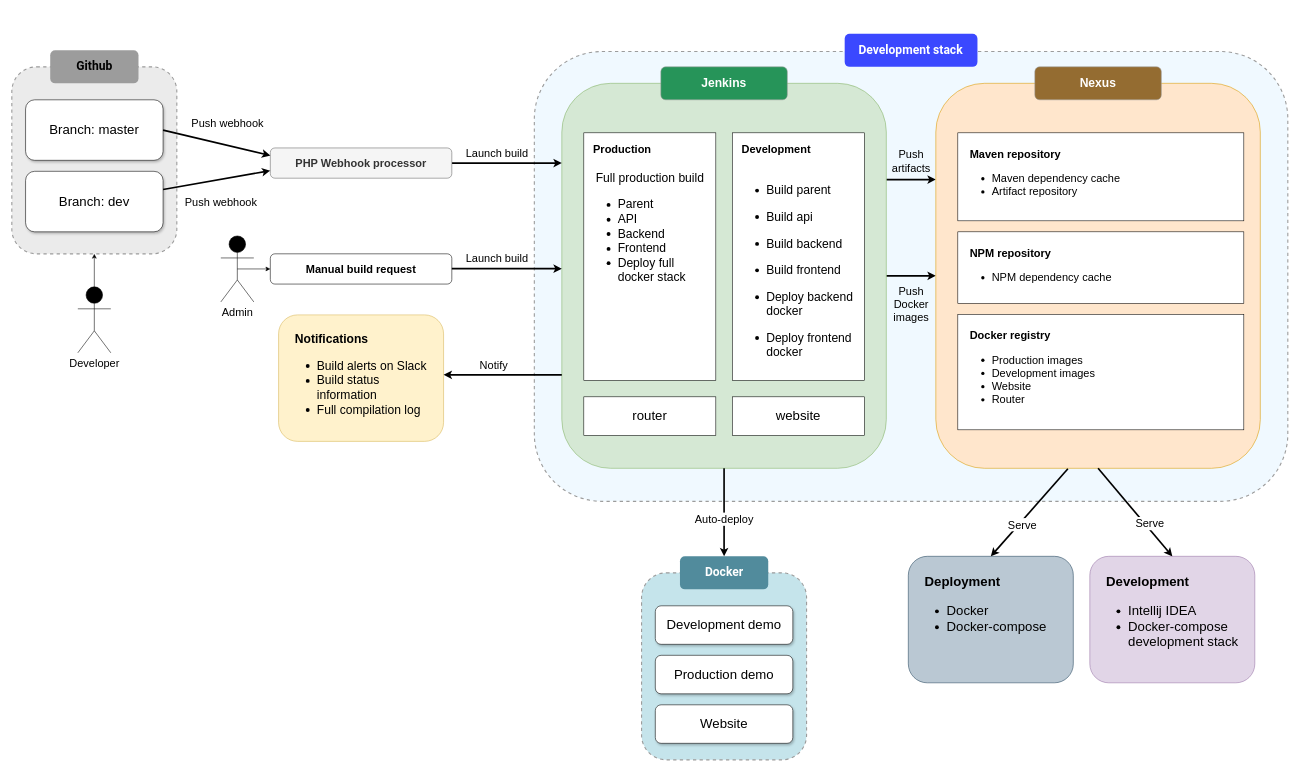
Above: resources/dev-lifecycle.drawio in xkohutka/documentation (draw.io), before the change. Source tidied: cells renumbered, new cells numbered last; positions are measured from the earlier drawing's top-left corner, leaving out a move shared by most shapes. Both pictures are drawn from the tidied source at 55%, with x=0, y=0 at pixel (12, 12).
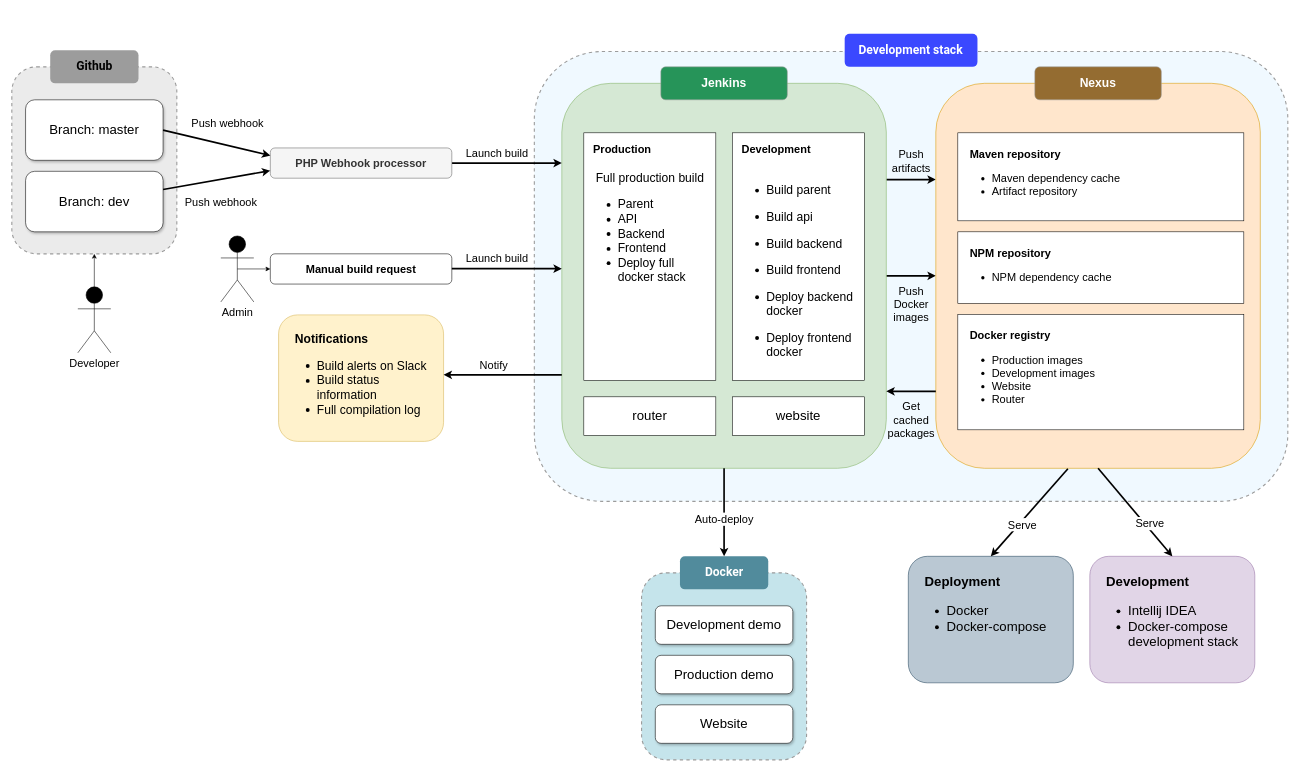
After the change.

The change refers to these unchanged cells:
```xml
<mxCell id="2" style="group;shadow=1;" parent="1" vertex="1">
  <mxGeometry x="950" width="1370" height="890" as="geometry" />
</mxCell>
```

The edit, as a diff of the source:
```diff
@@
+    <mxCell id="72" style="edgeStyle=none;rounded=0;orthogonalLoop=1;jettySize=auto;html=1;exitX=1;exitY=0.5;exitDx=0;exitDy=0;entryX=0;entryY=0.5;entryDx=0;entryDy=0;startArrow=classic;startFill=1;endArrow=none;endFill=0;strokeWidth=3;fontSize=20;fontColor=#000000;" parent="2" edge="1">
+      <mxGeometry relative="1" as="geometry">
+        <mxPoint x="640" y="690" as="sourcePoint" />
+        <mxPoint x="730" y="690" as="targetPoint" />
+      </mxGeometry>
+    </mxCell>
+    <mxCell id="73" value="Get&lt;br&gt;cached&lt;br&gt;packages" style="edgeLabel;html=1;align=center;verticalAlign=middle;fontSize=20;fontColor=#000000;labelBackgroundColor=none;" parent="72" vertex="1">
+      <mxGeometry x="-0.49" relative="1" as="geometry">
+        <mxPoint x="21.5" y="50" as="offset" />
+      </mxGeometry>
+    </mxCell>
```
